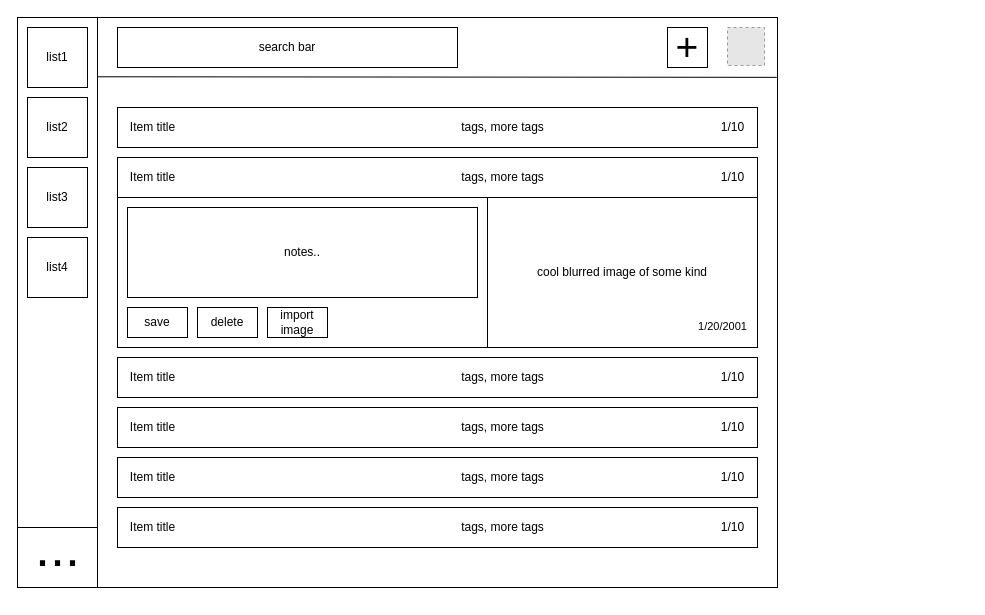
The draw.io diagram project-styling.drawio in HoldenErnest/List, before the edit. Source tidied: cells renumbered, new cells numbered last; positions are measured from the earlier drawing's top-left corner, leaving out a move shared by most shapes. Both pictures are drawn from the tidied source at 100%, with x=0, y=0 at pixel (17, 17). Pictures stored in the file or linked from it are replaced by grey dashed boxes.
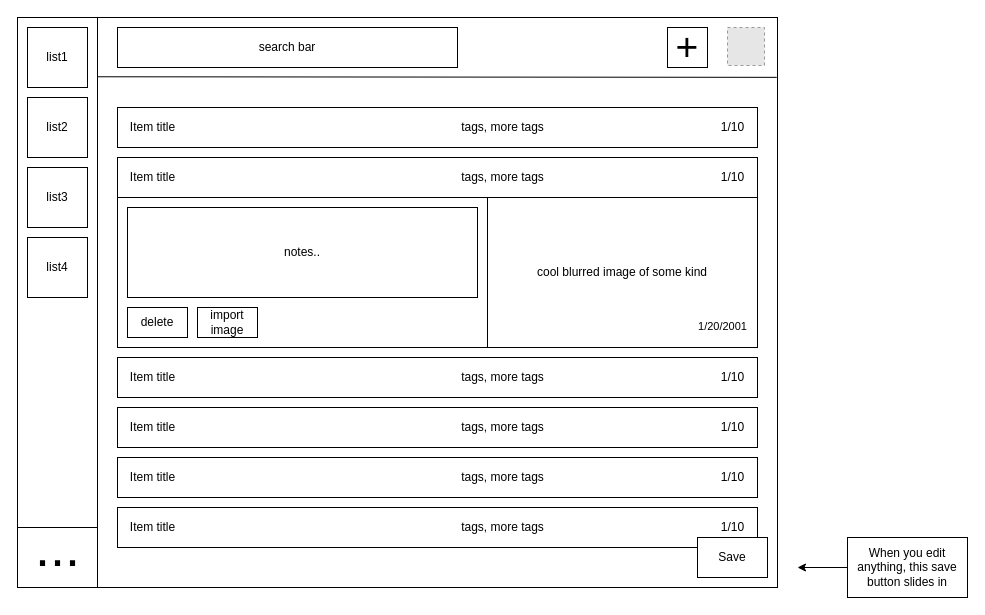
The same page after the edit.

Commit message (it also covers changes not shown here):
starting to work on save button

Change to the diagram source:
```diff
@@
-    <mxCell id="46" value="save" style="whiteSpace=wrap;html=1;" parent="1" vertex="1">
-      <mxGeometry x="110" y="290" width="60" height="30" as="geometry" />
-    </mxCell>
     <mxCell id="47" value="import image" style="whiteSpace=wrap;html=1;" parent="1" vertex="1">
-      <mxGeometry x="250" y="290" width="60" height="30" as="geometry" />
+      <mxGeometry x="180" y="290" width="60" height="30" as="geometry" />
     </mxCell>
@@
     <mxCell id="49" value="delete" style="whiteSpace=wrap;html=1;" parent="1" vertex="1">
-      <mxGeometry x="180" y="290" width="60" height="30" as="geometry" />
+      <mxGeometry x="110" y="290" width="60" height="30" as="geometry" />
     </mxCell>
@@
+    <mxCell id="51" value="Save" style="whiteSpace=wrap;html=1;" parent="1" vertex="1">
+      <mxGeometry x="680" y="520" width="70" height="40" as="geometry" />
+    </mxCell>
+    <mxCell id="52" style="edgeStyle=none;html=1;exitX=0;exitY=0.5;exitDx=0;exitDy=0;" parent="1" edge="1" source="53">
+      <mxGeometry relative="1" as="geometry">
+        <mxPoint x="780" y="550" as="targetPoint" />
+      </mxGeometry>
+    </mxCell>
+    <mxCell id="53" value="When you edit anything, this save button slides in" style="whiteSpace=wrap;html=1;" parent="1" vertex="1">
+      <mxGeometry x="830" y="520" width="120" height="60" as="geometry" />
+    </mxCell>
```
